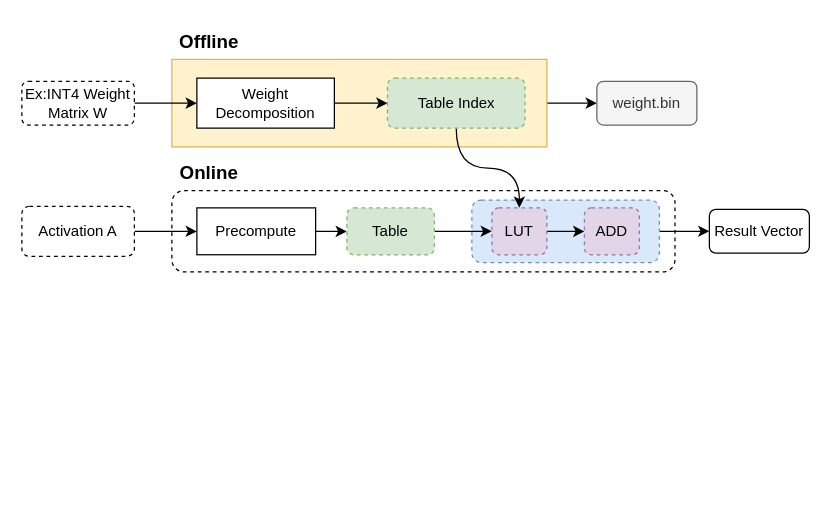
The draw.io diagram llama.cpp/bitnet.drawio in mailonghua/drawio, before the edit. Source tidied: cells renumbered, new cells numbered last; positions are measured from the earlier drawing's top-left corner, leaving out a move shared by most shapes. Both pictures are drawn from the tidied source at 125%, with x=0, y=0 at pixel (21, 21).
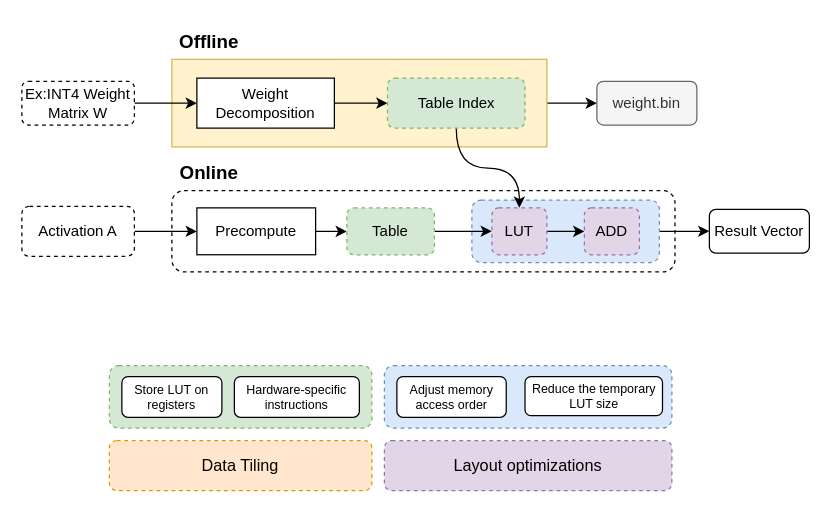
The same diagram, later.

Change to the diagram source:
```diff
@@
+    <mxCell id="26" value="Data Tiling" style="rounded=1;whiteSpace=wrap;html=1;dashed=1;fillColor=#ffe6cc;strokeColor=#d79b00;fontSize=13;" parent="1" vertex="1">
+      <mxGeometry x="70" y="335" width="210" height="40" as="geometry" />
+    </mxCell>
+    <mxCell id="27" style="rounded=1;whiteSpace=wrap;html=1;dashed=1;fillColor=#dae8fc;strokeColor=#6c8ebf;" parent="1" vertex="1">
+      <mxGeometry x="290" y="275" width="230" height="50" as="geometry" />
+    </mxCell>
+    <mxCell id="28" style="rounded=1;whiteSpace=wrap;html=1;dashed=1;fillColor=#d5e8d4;strokeColor=#82b366;" parent="1" vertex="1">
+      <mxGeometry x="70" y="275" width="210" height="50" as="geometry" />
+    </mxCell>
@@
+    <mxCell id="29" value="Store LUT on registers" style="whiteSpace=wrap;html=1;rounded=1;fontSize=10;" parent="1" vertex="1">
+      <mxGeometry x="80" y="283.8" width="80" height="32.5" as="geometry" />
+    </mxCell>
+    <mxCell id="30" value="Hardware-specific instructions" style="whiteSpace=wrap;html=1;rounded=1;fontSize=10;" parent="1" vertex="1">
+      <mxGeometry x="170" y="283.8" width="100" height="32.5" as="geometry" />
+    </mxCell>
+    <mxCell id="31" value="Adjust memory access order" style="whiteSpace=wrap;html=1;rounded=1;fontSize=10;" parent="1" vertex="1">
+      <mxGeometry x="300" y="283.8" width="87.5" height="32.5" as="geometry" />
+    </mxCell>
+    <mxCell id="32" value="Reduce the temporary LUT size" style="whiteSpace=wrap;html=1;rounded=1;fontSize=10;" parent="1" vertex="1">
+      <mxGeometry x="402.5" y="283.8" width="110" height="31.2" as="geometry" />
+    </mxCell>
+    <mxCell id="33" value="Layout optimizations" style="rounded=1;whiteSpace=wrap;html=1;dashed=1;fillColor=#e1d5e7;strokeColor=#9673a6;fontSize=13;" parent="1" vertex="1">
+      <mxGeometry x="290" y="335" width="230" height="40" as="geometry" />
+    </mxCell>
```
